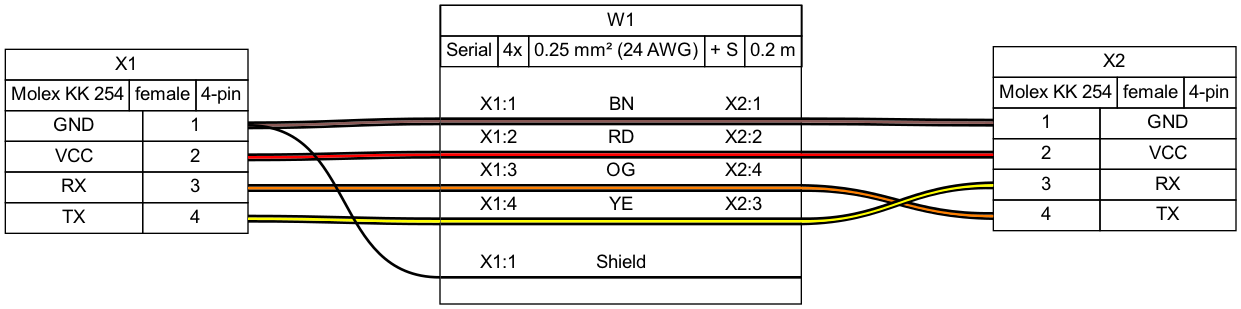
Above: examples/ex01.png in wireviz/WireViz (Graphviz), before the change. Its source is kept beside it as examples/ex01.gv.
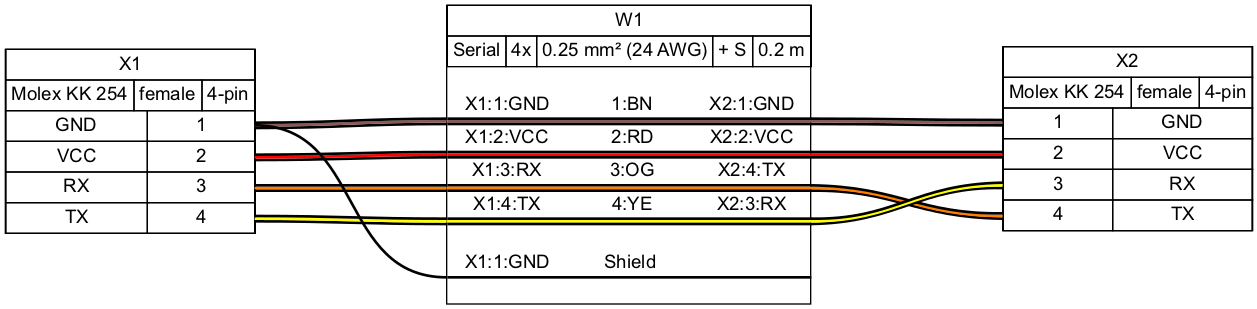
After the change.

The edit, as a diff of the source:
```diff
@@ -1,6 +1,6 @@
 graph {
-	graph [bgcolor=white fontname=arial nodesep=0.33 rankdir=LR ranksep=2]
-	node [fillcolor=white fontname=arial shape=record style=filled]
+	graph [bgcolor="#FFFFFF" fontname=arial nodesep=0.33 rankdir=LR ranksep=2]
+	node [fillcolor="#FFFFFF" fontname=arial height=0 margin=0 shape=none style=filled width=0]
 	edge [fontname=arial style=bold]
 	X1 [label=<
 <table border="0" cellspacing="0" cellpadding="0">
@@ -37,7 +37,7 @@
   </table>
  </td></tr>
 </table>
-> fillcolor=white margin=0 shape=none style=filled]
+> fillcolor="#FFFFFF" shape=box style=filled]
 	X2 [label=<
 <table border="0" cellspacing="0" cellpadding="0">
  <tr><td>
@@ -73,7 +73,7 @@
   </table>
  </td></tr>
 </table>
-> fillcolor=white margin=0 shape=none style=filled]
+> fillcolor="#FFFFFF" shape=box style=filled]
 	edge [color="#000000:#895956:#000000"]
 	X1:p1r:e -- W1:w1:w
 	W1:w1:e -- X2:p1l:w
@@ -108,9 +108,11 @@
   <table border="0" cellspacing="0" cellborder="0">
    <tr><td>&nbsp;</td></tr>
    <tr>
-    <td>X1:1</td>
-    <td>BN</td>
-    <td>X2:1</td>
+    <td>X1:1:GND</td>
+    <td>
+     1:BN
+    </td>
+    <td>X2:1:GND</td>
    </tr>
    <tr>
     <td colspan="3" border="0" cellspacing="0" cellpadding="0" port="w1" height="6">
@@ -122,9 +124,11 @@
     </td>
    </tr>
    <tr>
-    <td>X1:2</td>
-    <td>RD</td>
-    <td>X2:2</td>
+    <td>X1:2:VCC</td>
+    <td>
+     2:RD
+    </td>
+    <td>X2:2:VCC</td>
    </tr>
    <tr>
     <td colspan="3" border="0" cellspacing="0" cellpadding="0" port="w2" height="6">
@@ -136,9 +140,11 @@
     </td>
    </tr>
    <tr>
-    <td>X1:3</td>
-    <td>OG</td>
-    <td>X2:4</td>
+    <td>X1:3:RX</td>
+    <td>
+     3:OG
+    </td>
+    <td>X2:4:TX</td>
    </tr>
    <tr>
     <td colspan="3" border="0" cellspacing="0" cellpadding="0" port="w3" height="6">
@@ -150,9 +156,11 @@
     </td>
    </tr>
    <tr>
-    <td>X1:4</td>
-    <td>YE</td>
-    <td>X2:3</td>
+    <td>X1:4:TX</td>
+    <td>
+     4:YE
+    </td>
+    <td>X2:3:RX</td>
    </tr>
    <tr>
     <td colspan="3" border="0" cellspacing="0" cellpadding="0" port="w4" height="6">
@@ -165,7 +173,7 @@
    </tr>
    <tr><td>&nbsp;</td></tr>
    <tr>
-    <td>X1:1</td>
+    <td>X1:1:GND</td>
     <td>Shield</td>
     <td><!-- s_out --></td>
    </tr>
@@ -174,5 +182,5 @@
   </table>
  </td></tr>
 </table>
-> fillcolor=white margin=0 shape=box style=""]
+> fillcolor="#FFFFFF" shape=box style=filled]
 }
```
